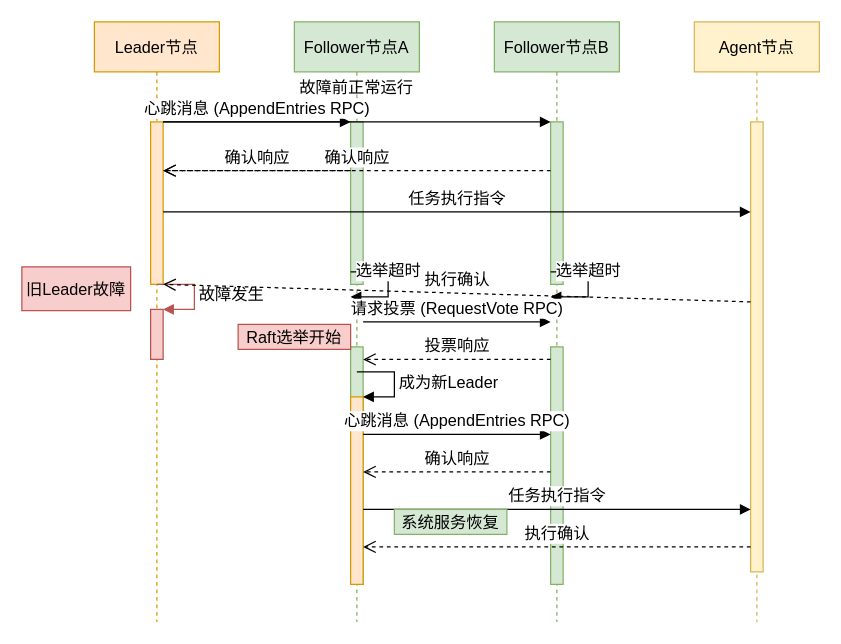
This is projects/系统故障恢复.drawio from hanzug/draw.io, a draw.io file, before an edit. Source tidied: cells renumbered, new cells numbered last; positions are measured from the earlier drawing's top-left corner, leaving out a move shared by most shapes. Both pictures are drawn from the tidied source at 125%, with x=0, y=0 at pixel (21, 21).
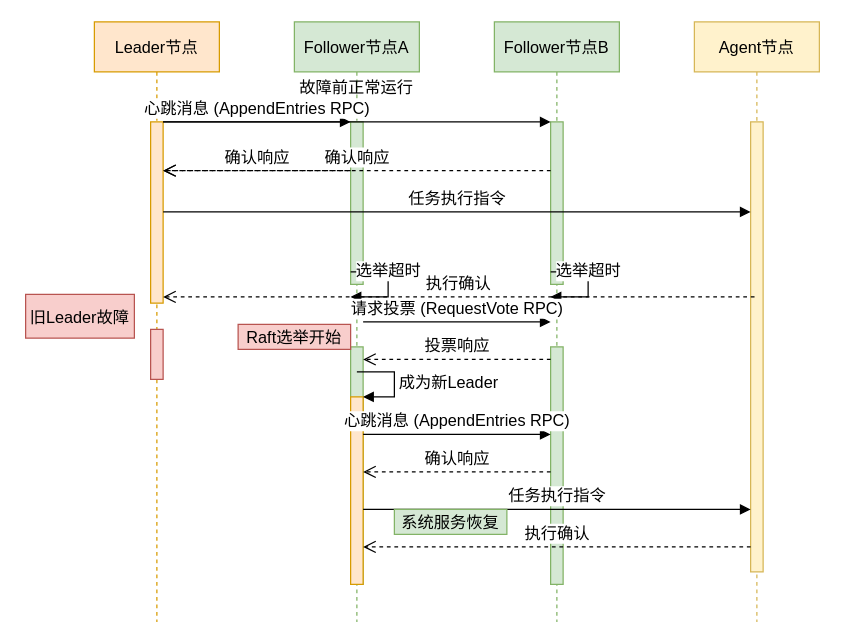
Above is the later version.

Commit message (it also covers changes not shown here):
更新系统故障恢复.drawio

Unchanged cells that the change refers to:
```xml
<mxCell id="2" value="Leader节点" style="shape=umlLifeline;perimeter=lifelinePerimeter;whiteSpace=wrap;html=1;fillColor=#ffe6cc;strokeColor=#d79b00;fontSize=13;" parent="1" vertex="1">
  <mxGeometry x="58" width="100" height="480" as="geometry" />
</mxCell>
<mxCell id="15" style="html=1;points=[];perimeter=orthogonalPerimeter;fillColor=#fff2cc;strokeColor=#d6b656;fontSize=13;" parent="14" vertex="1">
  <mxGeometry x="45" y="80" width="10" height="360" as="geometry" />
</mxCell>
```

The edit, as a diff of the source:
```diff
@@
     <mxCell id="3" style="html=1;points=[];perimeter=orthogonalPerimeter;fillColor=#ffe6cc;strokeColor=#d79b00;fontSize=13;" parent="2" vertex="1">
-      <mxGeometry x="45" y="80" width="10" height="130" as="geometry" />
+      <mxGeometry x="45" y="80" width="10" height="145" as="geometry" />
     </mxCell>
     <mxCell id="4" style="html=1;points=[];perimeter=orthogonalPerimeter;fillColor=#f8cecc;strokeColor=#b85450;fontSize=13;" parent="2" vertex="1">
-      <mxGeometry x="45" y="230" width="10" height="40" as="geometry" />
+      <mxGeometry x="45" y="246" width="10" height="40" as="geometry" />
     </mxCell>
-    <mxCell id="5" value="故障发生" style="edgeStyle=orthogonalEdgeStyle;html=1;align=left;spacingLeft=2;endArrow=block;rounded=0;entryX=1;entryY=0;strokeColor=#b85450;fontSize=13;" parent="2" edge="1" target="4">
-      <mxGeometry relative="1" as="geometry">
-        <mxPoint x="50" y="210" as="sourcePoint" />
-        <Array as="points">
-          <mxPoint x="80" y="210" />
-          <mxPoint x="80" y="230" />
-        </Array>
-      </mxGeometry>
-    </mxCell>
+    <mxCell id="32" value="旧Leader故障" style="text;html=1;strokeColor=#b85450;fillColor=#f8cecc;align=center;verticalAlign=middle;whiteSpace=wrap;rounded=0;fontSize=13;" parent="2" vertex="1">
+      <mxGeometry x="-55" y="218" width="87" height="35" as="geometry" />
+    </mxCell>
@@
-    <mxCell id="21" value="执行确认" style="html=1;verticalAlign=bottom;endArrow=open;dashed=1;endSize=8;exitX=0;exitY=0.4;rounded=0;fontSize=13;" parent="1" edge="1" source="15" target="3">
+    <mxCell id="21" value="执行确认" style="html=1;verticalAlign=bottom;endArrow=open;dashed=1;endSize=8;rounded=0;fontSize=13;exitX=0.312;exitY=0.389;exitDx=0;exitDy=0;exitPerimeter=0;" parent="1" edge="1" source="15" target="3">
       <mxGeometry relative="1" as="geometry" />
     </mxCell>
@@
-    <mxCell id="32" value="旧Leader故障" style="text;html=1;strokeColor=#b85450;fillColor=#f8cecc;align=center;verticalAlign=middle;whiteSpace=wrap;rounded=0;fontSize=13;" parent="1" vertex="1">
-      <mxGeometry y="196" width="87" height="35" as="geometry" />
-    </mxCell>
```
